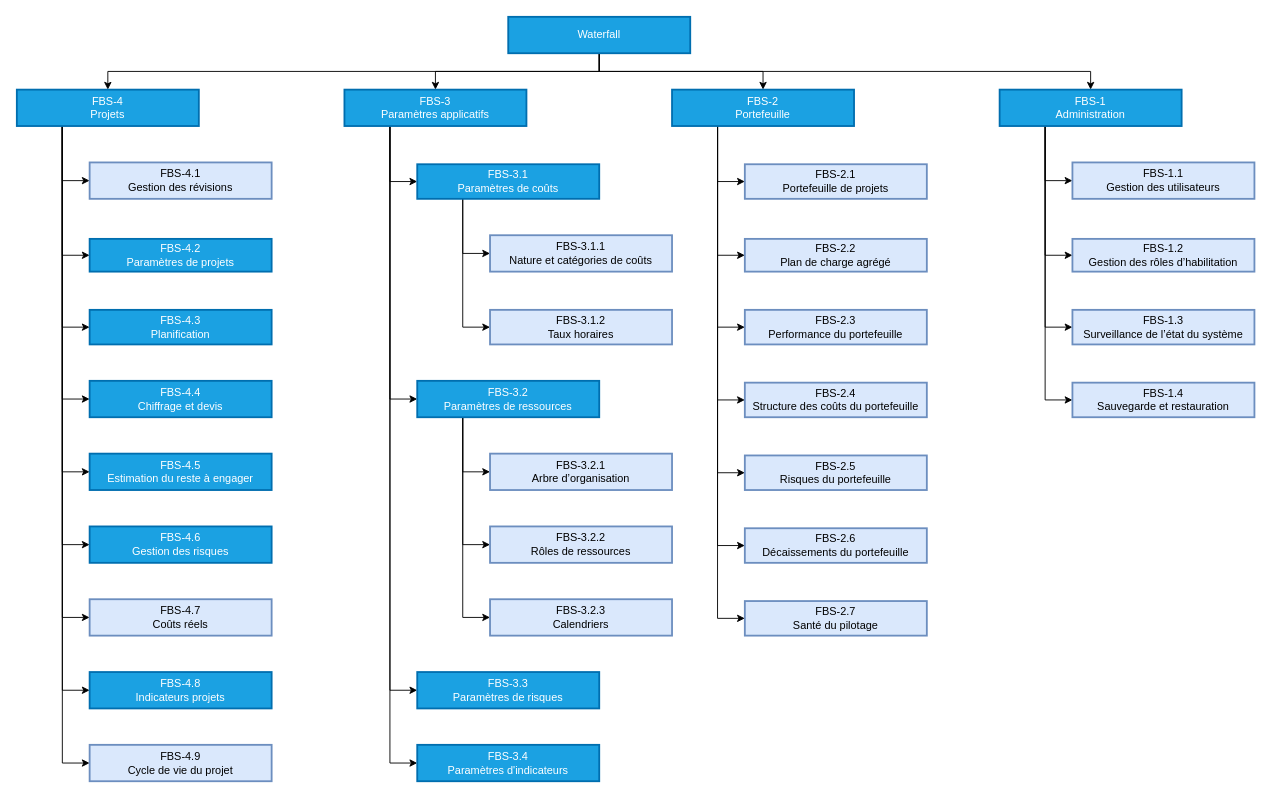
Above: page "FBS" (2 of 11) of docs/spec/waterfall.visuels.drawio in waterfall-project/wf-project (draw.io), before the change. Source tidied: cells renumbered, new cells numbered last; positions are measured from the earlier drawing's top-left corner, leaving out a move shared by most shapes. Both pictures are drawn from the tidied source at 91%, with x=0, y=0 at pixel (16, 16).
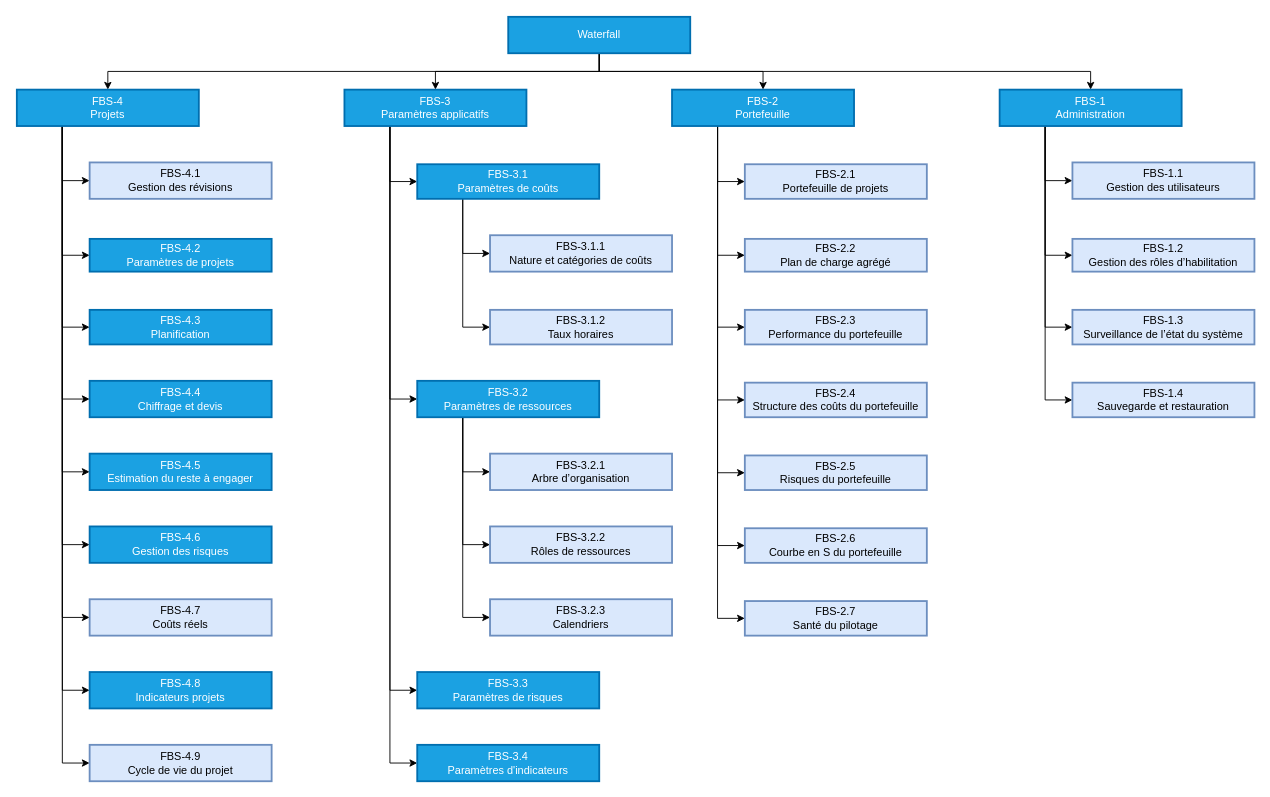
After the change.

What changed in the source:
```diff
@@
-    <mxCell id="67" value="FBS-2.6&#10;Décaissements du portefeuille" style="whiteSpace=wrap;strokeWidth=2;fillColor=#dae8fc;strokeColor=#6c8ebf;" parent="1" vertex="1">
+    <mxCell id="67" value="FBS-2.6&#10;Courbe en S du portefeuille" style="whiteSpace=wrap;strokeWidth=2;fillColor=#dae8fc;strokeColor=#6c8ebf;" parent="1" vertex="1">
       <mxGeometry x="800" y="562" width="200" height="38" as="geometry" />
     </mxCell>
```
